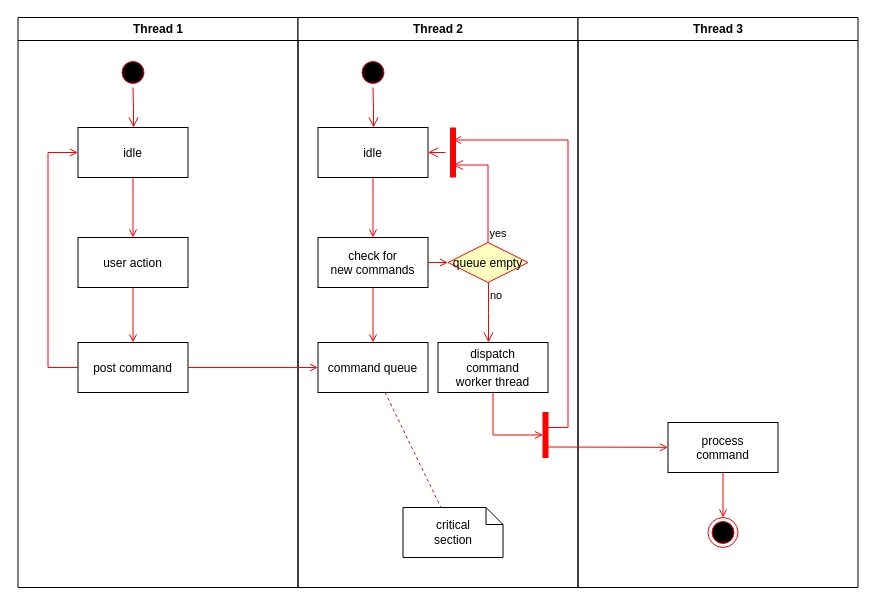
Before: Payroll Diagram.drawio in Arisa-Ndreu/test, a draw.io diagram. Source tidied: cells renumbered, new cells numbered last; positions are measured from the earlier drawing's top-left corner, leaving out a move shared by most shapes. Both pictures are drawn from the tidied source at 100%, with x=0, y=0 at pixel (17, 17).
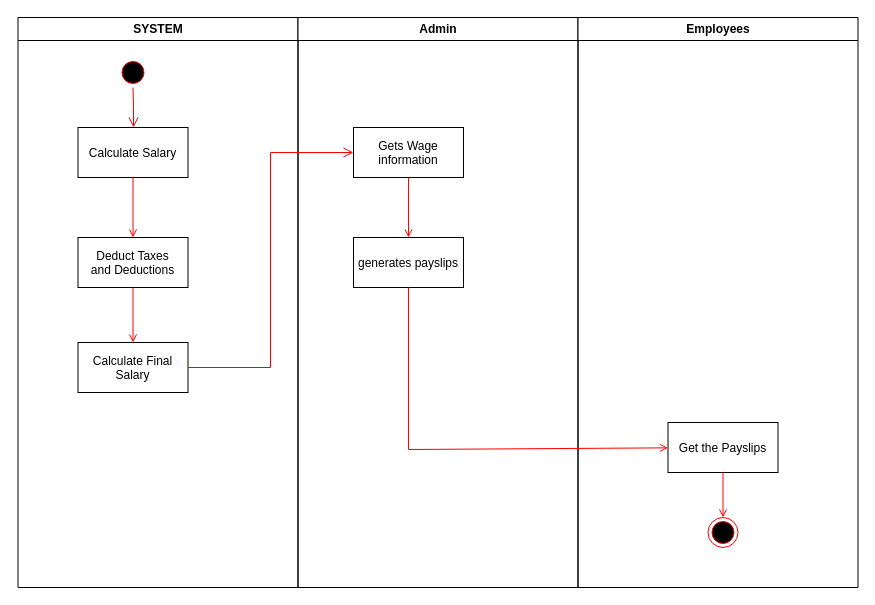
Above is the later version.

What changed in the source:
```diff
@@
-    <mxCell id="2" value="Thread 1" style="swimlane;whiteSpace=wrap;" parent="1" vertex="1">
+    <mxCell id="2" value="SYSTEM" style="swimlane;whiteSpace=wrap;" parent="1" vertex="1">
       <mxGeometry x="0.5" width="280" height="570" as="geometry" />
     </mxCell>
@@
-    <mxCell id="5" value="idle" parent="2" vertex="1">
+    <mxCell id="5" value="Calculate Salary" parent="2" vertex="1">
       <mxGeometry x="60" y="110" width="110" height="50" as="geometry" />
     </mxCell>
-    <mxCell id="6" value="user action" parent="2" vertex="1">
+    <mxCell id="6" value="Deduct Taxes &#10;and Deductions" parent="2" vertex="1">
       <mxGeometry x="60" y="220" width="110" height="50" as="geometry" />
     </mxCell>
@@
-    <mxCell id="8" value="post command" parent="2" vertex="1">
+    <mxCell id="8" value="Calculate Final &#10;Salary" parent="2" vertex="1">
       <mxGeometry x="60" y="325" width="110" height="50" as="geometry" />
     </mxCell>
@@
-    <mxCell id="10" style="edgeStyle=elbowEdgeStyle;elbow=horizontal;strokeColor=#FF0000;endArrow=open;endFill=1;rounded=0;" parent="2" edge="1" source="8" target="5">
-      <mxGeometry relative="1" as="geometry">
-        <Array as="points">
-          <mxPoint x="30" y="250" />
-        </Array>
-      </mxGeometry>
-    </mxCell>
-    <mxCell id="11" value="Thread 2" style="swimlane;whiteSpace=wrap;" parent="1" vertex="1">
+    <mxCell id="11" value="Admin" style="swimlane;whiteSpace=wrap;" parent="1" vertex="1">
       <mxGeometry x="280.5" width="280" height="570" as="geometry" />
     </mxCell>
-    <mxCell id="12" style="ellipse;shape=startState;fillColor=#000000;strokeColor=#ff0000;" parent="11" vertex="1">
-      <mxGeometry x="60" y="40" width="30" height="30" as="geometry" />
-    </mxCell>
-    <mxCell id="13" style="edgeStyle=elbowEdgeStyle;elbow=horizontal;verticalAlign=bottom;endArrow=open;endSize=8;strokeColor=#FF0000;endFill=1;rounded=0;" parent="11" edge="1" source="12" target="14">
-      <mxGeometry x="40" y="20" as="geometry" />
-    </mxCell>
-    <mxCell id="14" value="idle" parent="11" vertex="1">
-      <mxGeometry x="20" y="110" width="110" height="50" as="geometry" />
+    <mxCell id="14" value="Gets Wage &#10;information" parent="11" vertex="1">
+      <mxGeometry x="55.5" y="110" width="110" height="50" as="geometry" />
     </mxCell>
-    <mxCell id="15" value="check for &#10;new commands" parent="11" vertex="1">
-      <mxGeometry x="20" y="220" width="110" height="50" as="geometry" />
+    <mxCell id="15" value="generates payslips" parent="11" vertex="1">
+      <mxGeometry x="55.5" y="220" width="110" height="50" as="geometry" />
     </mxCell>
@@
-    <mxCell id="17" value="command queue" parent="11" vertex="1">
-      <mxGeometry x="20" y="325" width="110" height="50" as="geometry" />
-    </mxCell>
-    <mxCell id="18" style="endArrow=open;strokeColor=#FF0000;endFill=1;rounded=0;" parent="11" edge="1" source="15" target="17">
-      <mxGeometry relative="1" as="geometry" />
-    </mxCell>
-    <mxCell id="19" value="queue empty" style="rhombus;fillColor=#ffffc0;strokeColor=#ff0000;" parent="11" vertex="1">
-      <mxGeometry x="150" y="225" width="80" height="40" as="geometry" />
-    </mxCell>
-    <mxCell id="20" value="yes" style="edgeStyle=elbowEdgeStyle;elbow=horizontal;align=left;verticalAlign=bottom;endArrow=open;endSize=8;strokeColor=#FF0000;exitX=0.5;exitY=0;endFill=1;rounded=0;entryX=0.75;entryY=0.5;entryPerimeter=0;" parent="11" edge="1" source="19" target="23">
-      <mxGeometry x="-1" relative="1" as="geometry">
-        <Array as="points">
-          <mxPoint x="190" y="180" />
-        </Array>
-      </mxGeometry>
-    </mxCell>
-    <mxCell id="21" value="no" style="edgeStyle=elbowEdgeStyle;elbow=horizontal;align=left;verticalAlign=top;endArrow=open;endSize=8;strokeColor=#FF0000;endFill=1;rounded=0;" parent="11" edge="1" source="19" target="25">
-      <mxGeometry x="-1" relative="1" as="geometry" />
-    </mxCell>
-    <mxCell id="22" style="endArrow=open;strokeColor=#FF0000;endFill=1;rounded=0;" parent="11" edge="1" source="15" target="19">
-      <mxGeometry relative="1" as="geometry" />
-    </mxCell>
-    <mxCell id="23" style="shape=line;strokeWidth=6;strokeColor=#ff0000;rotation=90;" parent="11" vertex="1">
-      <mxGeometry x="130" y="127.5" width="50" height="15" as="geometry" />
-    </mxCell>
-    <mxCell id="24" style="edgeStyle=elbowEdgeStyle;elbow=horizontal;verticalAlign=bottom;endArrow=open;endSize=8;strokeColor=#FF0000;endFill=1;rounded=0;" parent="11" edge="1" source="23" target="14">
-      <mxGeometry x="130" y="90" as="geometry" />
-    </mxCell>
-    <mxCell id="25" value="dispatch&#10;command&#10;worker thread" parent="11" vertex="1">
-      <mxGeometry x="140" y="325" width="110" height="50" as="geometry" />
-    </mxCell>
-    <mxCell id="26" value="critical&#10;section" style="shape=note;whiteSpace=wrap;size=17;" parent="11" vertex="1">
-      <mxGeometry x="105" y="490" width="100" height="50" as="geometry" />
-    </mxCell>
-    <mxCell id="27" style="endArrow=none;strokeColor=#FF0000;endFill=0;rounded=0;dashed=1;" parent="11" edge="1" source="17" target="26">
-      <mxGeometry relative="1" as="geometry" />
-    </mxCell>
-    <mxCell id="28" style="whiteSpace=wrap;strokeColor=#FF0000;fillColor=#FF0000;" parent="11" vertex="1">
-      <mxGeometry x="245" y="395" width="5" height="45" as="geometry" />
-    </mxCell>
-    <mxCell id="29" style="edgeStyle=elbowEdgeStyle;elbow=horizontal;entryX=0;entryY=0.5;strokeColor=#FF0000;endArrow=open;endFill=1;rounded=0;" parent="11" edge="1" source="25" target="28">
-      <mxGeometry relative="1" as="geometry">
-        <Array as="points">
-          <mxPoint x="195" y="400" />
-        </Array>
-      </mxGeometry>
-    </mxCell>
-    <mxCell id="30" value="Thread 3" style="swimlane;whiteSpace=wrap;" parent="1" vertex="1">
+    <mxCell id="30" value="Employees" style="swimlane;whiteSpace=wrap;" parent="1" vertex="1">
       <mxGeometry x="560.5" width="280" height="570" as="geometry" />
     </mxCell>
-    <mxCell id="31" value="process&#10;command" parent="30" vertex="1">
+    <mxCell id="31" value="Get the Payslips" parent="30" vertex="1">
       <mxGeometry x="90" y="405" width="110" height="50" as="geometry" />
     </mxCell>
-    <mxCell id="32" style="edgeStyle=elbowEdgeStyle;elbow=horizontal;strokeColor=#FF0000;endArrow=open;endFill=1;rounded=0;entryX=0.25;entryY=0.5;entryPerimeter=0;" parent="30" edge="1" target="23">
-      <mxGeometry relative="1" as="geometry">
-        <mxPoint x="-30" y="410" as="sourcePoint" />
-        <Array as="points">
-          <mxPoint x="-10" y="135" />
-        </Array>
-      </mxGeometry>
-    </mxCell>
-    <mxCell id="33" style="edgeStyle=none;strokeColor=#FF0000;endArrow=open;endFill=1;rounded=0;" parent="30" edge="1" target="31">
-      <mxGeometry relative="1" as="geometry">
-        <mxPoint x="-30" y="429.5" as="sourcePoint" />
-      </mxGeometry>
-    </mxCell>
@@
-    <mxCell id="36" style="endArrow=open;strokeColor=#FF0000;endFill=1;rounded=0;" parent="1" edge="1" source="8" target="17">
-      <mxGeometry relative="1" as="geometry" />
-    </mxCell>
+    <mxCell id="13" style="edgeStyle=elbowEdgeStyle;elbow=horizontal;verticalAlign=bottom;endArrow=open;endSize=8;strokeColor=#FF0000;endFill=1;rounded=0;exitX=1;exitY=0.5;exitDx=0;exitDy=0;" parent="1" edge="1" source="8" target="14">
+      <mxGeometry x="484.5" y="148" as="geometry" />
+    </mxCell>
+    <mxCell id="33" style="edgeStyle=none;strokeColor=#FF0000;endArrow=open;endFill=1;rounded=0;" parent="1" edge="1" source="15" target="31">
+      <mxGeometry relative="1" as="geometry">
+        <Array as="points">
+          <mxPoint x="391" y="432" />
+        </Array>
+      </mxGeometry>
+    </mxCell>
```
